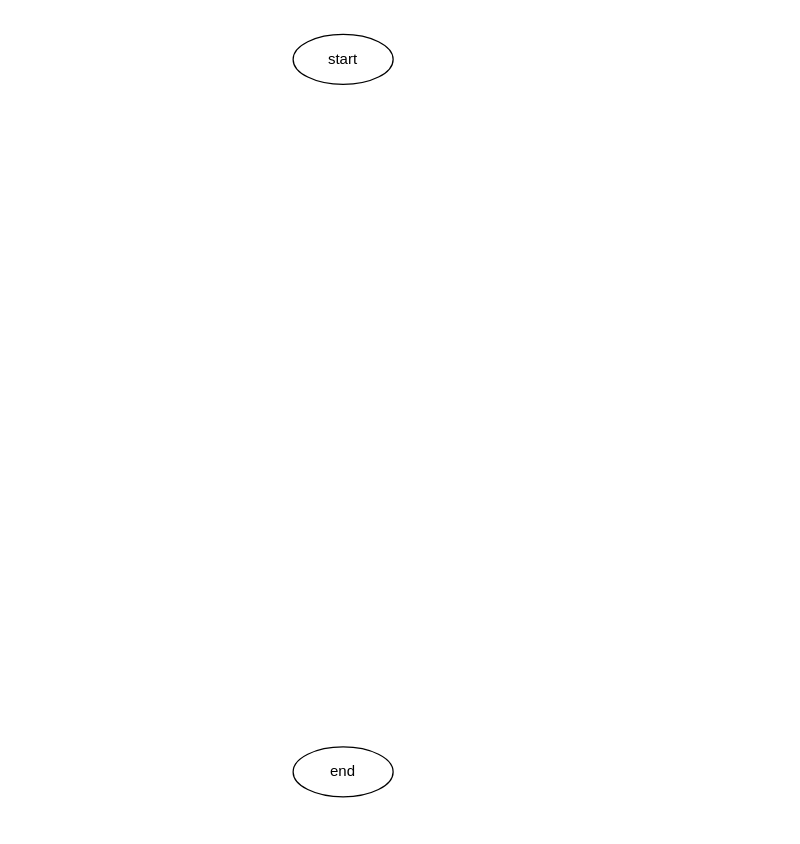
Before: page "Page-1" (1 of 2) of program-flowchat.drawio in louis-not/AirportDatabaseManagement, a draw.io diagram. Source tidied: cells renumbered, new cells numbered last; positions are measured from the earlier drawing's top-left corner, leaving out a move shared by most shapes. Both pictures are drawn from the tidied source at 125%, with x=0, y=0 at pixel (292, 34).
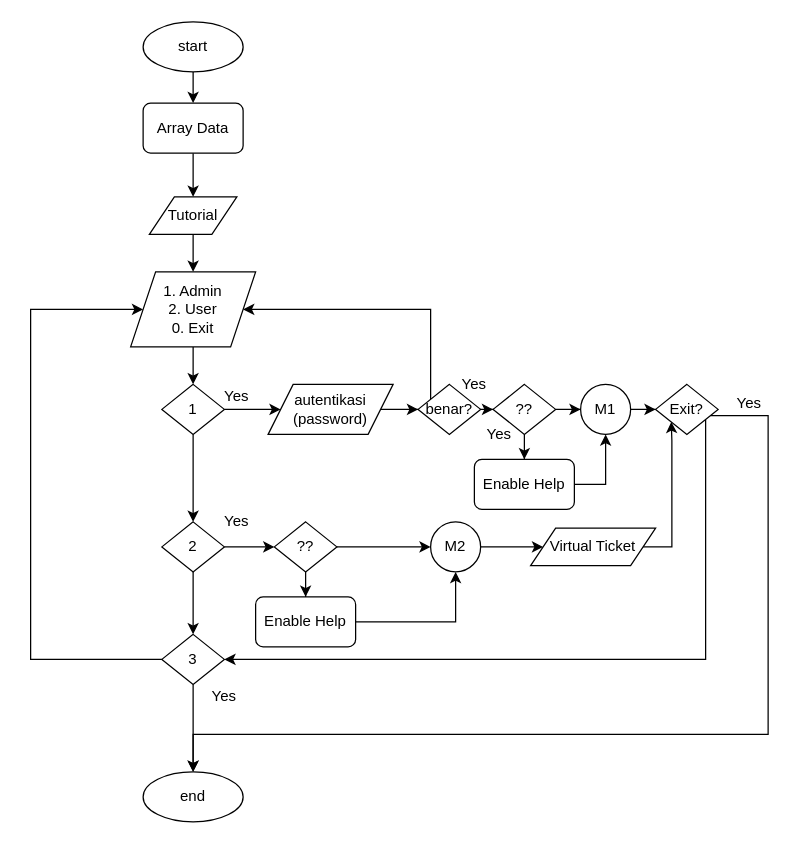
The same page after the edit.

The edit, as a diff of the source:
```diff
@@
+    <mxCell id="4" style="edgeStyle=orthogonalEdgeStyle;rounded=0;jettySize=auto;html=1;entryX=0.5;entryY=0;entryDx=0;entryDy=0;" parent="1" edge="1" source="2" target="6">
+      <mxGeometry relative="1" as="geometry" />
+    </mxCell>
     <mxCell id="2" value="start" style="ellipse;whiteSpace=wrap;html=1;" parent="1" vertex="1">
-      <mxGeometry width="80" height="40" as="geometry" />
+      <mxGeometry x="-120" y="-10" width="80" height="40" as="geometry" />
     </mxCell>
     <mxCell id="3" value="end" style="ellipse;whiteSpace=wrap;html=1;" parent="1" vertex="1">
-      <mxGeometry y="570" width="80" height="40" as="geometry" />
+      <mxGeometry x="-120" y="590" width="80" height="40" as="geometry" />
     </mxCell>
+    <mxCell id="5" style="edgeStyle=orthogonalEdgeStyle;rounded=0;jettySize=auto;html=1;entryX=0.5;entryY=0;entryDx=0;entryDy=0;" parent="1" edge="1" source="6" target="32">
+      <mxGeometry relative="1" as="geometry" />
+    </mxCell>
+    <mxCell id="6" value="Array Data" style="rounded=1;whiteSpace=wrap;html=1;" parent="1" vertex="1">
+      <mxGeometry x="-120" y="55" width="80" height="40" as="geometry" />
+    </mxCell>
+    <mxCell id="7" style="edgeStyle=orthogonalEdgeStyle;rounded=0;jettySize=auto;html=1;entryX=0.5;entryY=0;entryDx=0;entryDy=0;" parent="1" edge="1" source="8" target="11">
+      <mxGeometry relative="1" as="geometry" />
+    </mxCell>
+    <mxCell id="8" value="1. Admin&lt;br&gt;2. User&lt;br&gt;0. Exit" style="shape=parallelogram;perimeter=parallelogramPerimeter;whiteSpace=wrap;html=1;fixedSize=1;" parent="1" vertex="1">
+      <mxGeometry x="-130" y="190" width="100" height="60" as="geometry" />
+    </mxCell>
+    <mxCell id="9" style="edgeStyle=orthogonalEdgeStyle;rounded=0;jettySize=auto;html=1;entryX=0.5;entryY=0;entryDx=0;entryDy=0;" parent="1" edge="1" source="11" target="14">
+      <mxGeometry relative="1" as="geometry" />
+    </mxCell>
+    <mxCell id="10" style="edgeStyle=orthogonalEdgeStyle;rounded=0;jettySize=auto;html=1;" parent="1" edge="1" source="11" target="19">
+      <mxGeometry relative="1" as="geometry" />
+    </mxCell>
+    <mxCell id="11" value="1" style="rhombus;whiteSpace=wrap;html=1;" parent="1" vertex="1">
+      <mxGeometry x="-105" y="280" width="50" height="40" as="geometry" />
+    </mxCell>
+    <mxCell id="12" style="edgeStyle=orthogonalEdgeStyle;rounded=0;jettySize=auto;html=1;" parent="1" edge="1" source="14" target="17">
+      <mxGeometry relative="1" as="geometry" />
+    </mxCell>
+    <mxCell id="13" style="edgeStyle=orthogonalEdgeStyle;rounded=0;jettySize=auto;html=1;entryX=0;entryY=0.5;entryDx=0;entryDy=0;" parent="1" edge="1" source="14" target="35">
+      <mxGeometry relative="1" as="geometry" />
+    </mxCell>
+    <mxCell id="14" value="2" style="rhombus;whiteSpace=wrap;html=1;" parent="1" vertex="1">
+      <mxGeometry x="-105" y="390" width="50" height="40" as="geometry" />
+    </mxCell>
+    <mxCell id="15" style="edgeStyle=orthogonalEdgeStyle;rounded=0;jettySize=auto;html=1;" parent="1" edge="1" source="17" target="3">
+      <mxGeometry relative="1" as="geometry" />
+    </mxCell>
+    <mxCell id="16" style="edgeStyle=orthogonalEdgeStyle;rounded=0;jettySize=auto;html=1;entryX=0;entryY=0.5;entryDx=0;entryDy=0;" parent="1" edge="1" source="17" target="8">
+      <mxGeometry relative="1" as="geometry">
+        <Array as="points">
+          <mxPoint x="-210" y="500" />
+          <mxPoint x="-210" y="220" />
+        </Array>
+      </mxGeometry>
+    </mxCell>
+    <mxCell id="17" value="3" style="rhombus;whiteSpace=wrap;html=1;" parent="1" vertex="1">
+      <mxGeometry x="-105" y="480" width="50" height="40" as="geometry" />
+    </mxCell>
+    <mxCell id="18" style="edgeStyle=orthogonalEdgeStyle;rounded=0;jettySize=auto;html=1;entryX=0;entryY=0.5;entryDx=0;entryDy=0;" parent="1" edge="1" source="19" target="22">
+      <mxGeometry relative="1" as="geometry" />
+    </mxCell>
+    <mxCell id="19" value="autentikasi (password)" style="shape=parallelogram;perimeter=parallelogramPerimeter;whiteSpace=wrap;html=1;fixedSize=1;" parent="1" vertex="1">
+      <mxGeometry x="-20" y="280" width="100" height="40" as="geometry" />
+    </mxCell>
+    <mxCell id="20" style="edgeStyle=orthogonalEdgeStyle;rounded=0;jettySize=auto;html=1;entryX=1;entryY=0.5;entryDx=0;entryDy=0;" parent="1" edge="1" source="22" target="8">
+      <mxGeometry relative="1" as="geometry">
+        <Array as="points">
+          <mxPoint x="110" y="220" />
+        </Array>
+      </mxGeometry>
+    </mxCell>
+    <mxCell id="21" style="edgeStyle=orthogonalEdgeStyle;rounded=0;jettySize=auto;html=1;" parent="1" edge="1" source="22" target="46">
+      <mxGeometry relative="1" as="geometry" />
+    </mxCell>
+    <mxCell id="22" value="benar?" style="rhombus;whiteSpace=wrap;html=1;" parent="1" vertex="1">
+      <mxGeometry x="100" y="280" width="50" height="40" as="geometry" />
+    </mxCell>
+    <mxCell id="23" style="edgeStyle=orthogonalEdgeStyle;rounded=0;jettySize=auto;html=1;entryX=0;entryY=0.5;entryDx=0;entryDy=0;" parent="1" edge="1" source="24" target="40">
+      <mxGeometry relative="1" as="geometry" />
+    </mxCell>
+    <mxCell id="24" value="M1" style="ellipse;whiteSpace=wrap;html=1;" parent="1" vertex="1">
+      <mxGeometry x="230" y="280" width="40" height="40" as="geometry" />
+    </mxCell>
+    <mxCell id="25" value="Yes" style="text;html=1;strokeColor=none;fillColor=none;align=center;verticalAlign=middle;whiteSpace=wrap;rounded=0;" parent="1" vertex="1">
+      <mxGeometry x="130" y="270" width="30" height="20" as="geometry" />
+    </mxCell>
+    <mxCell id="26" value="Yes" style="text;html=1;strokeColor=none;fillColor=none;align=center;verticalAlign=middle;whiteSpace=wrap;rounded=0;" parent="1" vertex="1">
+      <mxGeometry x="-60" y="280" width="30" height="20" as="geometry" />
+    </mxCell>
+    <mxCell id="27" value="Yes" style="text;html=1;strokeColor=none;fillColor=none;align=center;verticalAlign=middle;whiteSpace=wrap;rounded=0;" parent="1" vertex="1">
+      <mxGeometry x="-60" y="380" width="30" height="20" as="geometry" />
+    </mxCell>
+    <mxCell id="28" value="Yes" style="text;html=1;strokeColor=none;fillColor=none;align=center;verticalAlign=middle;whiteSpace=wrap;rounded=0;" parent="1" vertex="1">
+      <mxGeometry x="-70" y="520" width="30" height="20" as="geometry" />
+    </mxCell>
+    <mxCell id="29" style="edgeStyle=orthogonalEdgeStyle;rounded=0;jettySize=auto;html=1;entryX=0;entryY=0.5;entryDx=0;entryDy=0;" parent="1" edge="1" source="30" target="43">
+      <mxGeometry relative="1" as="geometry" />
+    </mxCell>
+    <mxCell id="30" value="M2" style="ellipse;whiteSpace=wrap;html=1;" parent="1" vertex="1">
+      <mxGeometry x="110" y="390" width="40" height="40" as="geometry" />
+    </mxCell>
+    <mxCell id="31" style="edgeStyle=orthogonalEdgeStyle;rounded=0;jettySize=auto;html=1;" parent="1" edge="1" source="32" target="8">
+      <mxGeometry relative="1" as="geometry" />
+    </mxCell>
+    <mxCell id="32" value="Tutorial" style="shape=parallelogram;perimeter=parallelogramPerimeter;whiteSpace=wrap;html=1;fixedSize=1;" parent="1" vertex="1">
+      <mxGeometry x="-115" y="130" width="70" height="30" as="geometry" />
+    </mxCell>
+    <mxCell id="33" style="edgeStyle=orthogonalEdgeStyle;rounded=0;jettySize=auto;html=1;" parent="1" edge="1" source="35" target="37">
+      <mxGeometry relative="1" as="geometry" />
+    </mxCell>
+    <mxCell id="34" style="edgeStyle=orthogonalEdgeStyle;rounded=0;jettySize=auto;html=1;" parent="1" edge="1" source="35" target="30">
+      <mxGeometry relative="1" as="geometry" />
+    </mxCell>
+    <mxCell id="35" value="??" style="rhombus;whiteSpace=wrap;html=1;" parent="1" vertex="1">
+      <mxGeometry x="-15" y="390" width="50" height="40" as="geometry" />
+    </mxCell>
+    <mxCell id="36" style="edgeStyle=orthogonalEdgeStyle;rounded=0;jettySize=auto;html=1;" parent="1" edge="1" source="37" target="30">
+      <mxGeometry relative="1" as="geometry" />
+    </mxCell>
+    <mxCell id="37" value="Enable Help" style="rounded=1;whiteSpace=wrap;html=1;" parent="1" vertex="1">
+      <mxGeometry x="-30" y="450" width="80" height="40" as="geometry" />
+    </mxCell>
+    <mxCell id="38" style="edgeStyle=orthogonalEdgeStyle;rounded=0;jettySize=auto;html=1;entryX=1;entryY=0.5;entryDx=0;entryDy=0;" parent="1" edge="1" source="40" target="17">
+      <mxGeometry relative="1" as="geometry">
+        <Array as="points">
+          <mxPoint x="330" y="500" />
+        </Array>
+      </mxGeometry>
+    </mxCell>
+    <mxCell id="39" style="edgeStyle=orthogonalEdgeStyle;rounded=0;jettySize=auto;html=1;entryX=0.5;entryY=0;entryDx=0;entryDy=0;" parent="1" edge="1" source="40" target="3">
+      <mxGeometry relative="1" as="geometry">
+        <Array as="points">
+          <mxPoint x="380" y="305" />
+          <mxPoint x="380" y="560" />
+          <mxPoint x="-80" y="560" />
+        </Array>
+      </mxGeometry>
+    </mxCell>
+    <mxCell id="40" value="Exit?" style="rhombus;whiteSpace=wrap;html=1;" parent="1" vertex="1">
+      <mxGeometry x="290" y="280" width="50" height="40" as="geometry" />
+    </mxCell>
+    <mxCell id="41" value="Yes" style="text;html=1;strokeColor=none;fillColor=none;align=center;verticalAlign=middle;whiteSpace=wrap;rounded=0;" parent="1" vertex="1">
+      <mxGeometry x="350" y="285" width="30" height="20" as="geometry" />
+    </mxCell>
+    <mxCell id="42" style="edgeStyle=orthogonalEdgeStyle;rounded=0;jettySize=auto;html=1;entryX=0;entryY=1;entryDx=0;entryDy=0;" parent="1" edge="1" source="43" target="40">
+      <mxGeometry relative="1" as="geometry">
+        <Array as="points">
+          <mxPoint x="303" y="410" />
+          <mxPoint x="303" y="325" />
+        </Array>
+      </mxGeometry>
+    </mxCell>
+    <mxCell id="43" value="Virtual Ticket" style="shape=parallelogram;perimeter=parallelogramPerimeter;whiteSpace=wrap;html=1;fixedSize=1;" parent="1" vertex="1">
+      <mxGeometry x="190" y="395" width="100" height="30" as="geometry" />
+    </mxCell>
+    <mxCell id="44" style="edgeStyle=orthogonalEdgeStyle;rounded=0;jettySize=auto;html=1;entryX=0;entryY=0.5;entryDx=0;entryDy=0;" parent="1" edge="1" source="46" target="24">
+      <mxGeometry relative="1" as="geometry" />
+    </mxCell>
+    <mxCell id="45" style="edgeStyle=orthogonalEdgeStyle;rounded=0;jettySize=auto;html=1;entryX=0.5;entryY=0;entryDx=0;entryDy=0;" parent="1" edge="1" source="46" target="49">
+      <mxGeometry relative="1" as="geometry" />
+    </mxCell>
+    <mxCell id="46" value="??" style="rhombus;whiteSpace=wrap;html=1;" parent="1" vertex="1">
+      <mxGeometry x="160" y="280" width="50" height="40" as="geometry" />
+    </mxCell>
+    <mxCell id="47" value="Yes" style="text;html=1;strokeColor=none;fillColor=none;align=center;verticalAlign=middle;whiteSpace=wrap;rounded=0;" parent="1" vertex="1">
+      <mxGeometry x="150" y="310" width="30" height="20" as="geometry" />
+    </mxCell>
+    <mxCell id="48" style="edgeStyle=orthogonalEdgeStyle;rounded=0;jettySize=auto;html=1;" parent="1" edge="1" source="49" target="24">
+      <mxGeometry relative="1" as="geometry" />
+    </mxCell>
+    <mxCell id="49" value="Enable Help" style="rounded=1;whiteSpace=wrap;html=1;" parent="1" vertex="1">
+      <mxGeometry x="145" y="340" width="80" height="40" as="geometry" />
+    </mxCell>
```
